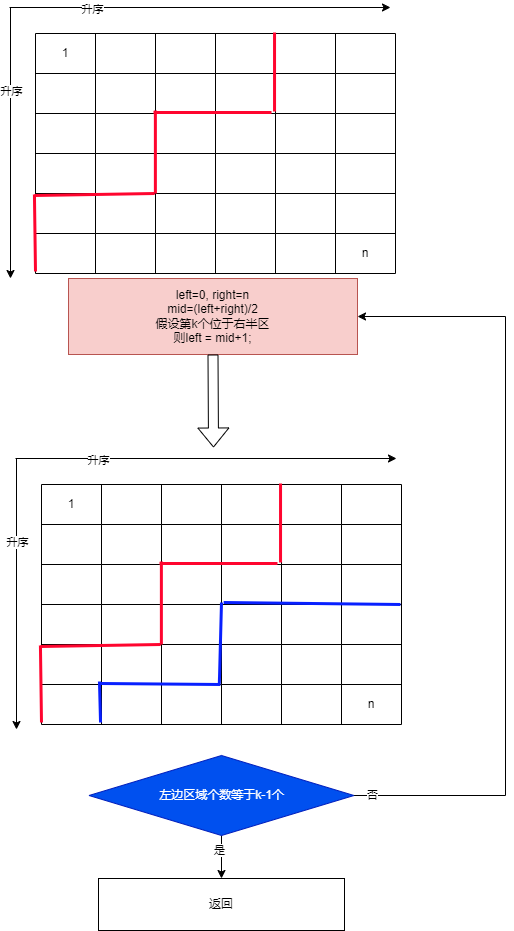
Before: CS/算法/n*n数组第k小.drawio.png, a diagram exported from draw.io (sirius-zyj/Images). Source tidied: cells renumbered, new cells last; positions are measured from the earlier drawing's top-left corner, leaving out a move shared by most shapes.
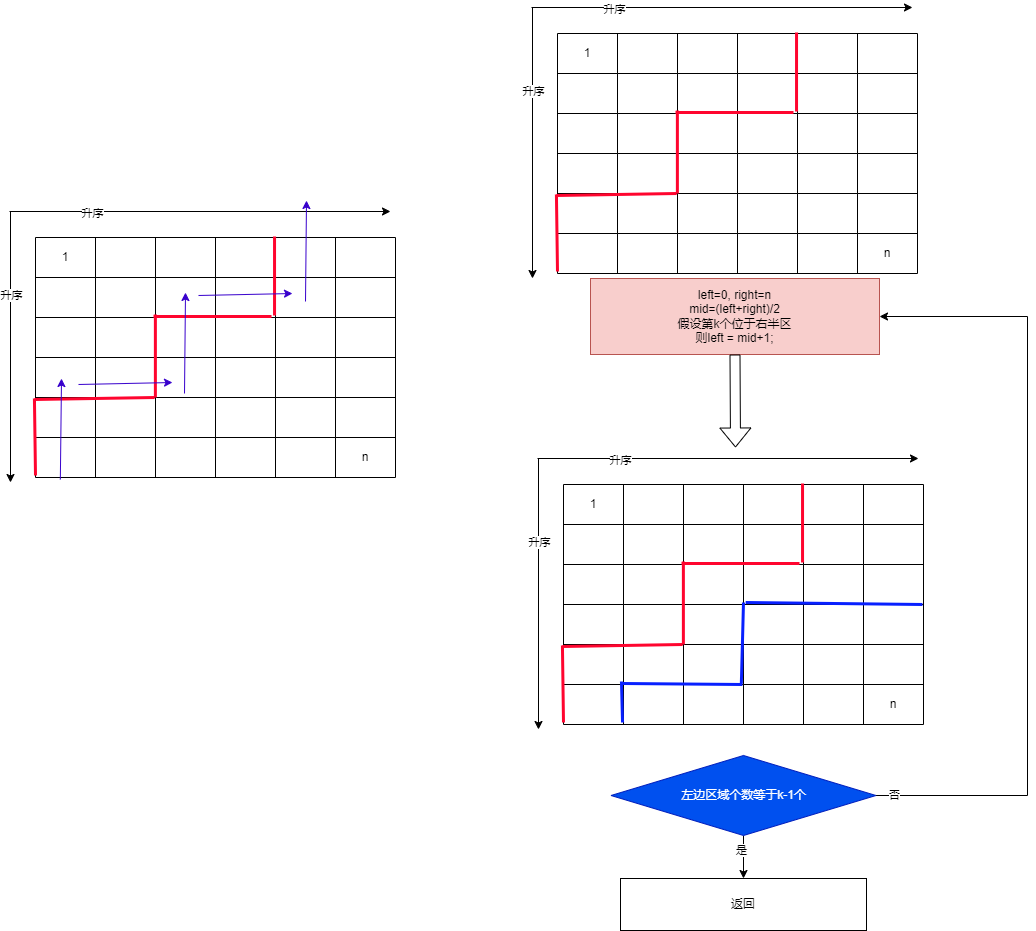
Above is the later version.

Commit message:
更新n*n数组第k小.drawio.png

Diff of the diagram source:
```diff
@@ -373,5 +373,198 @@
     <mxCell id="117" value="左边区域个数等于k-1个" style="rhombus;whiteSpace=wrap;html=1;fillColor=#0050ef;fontColor=#ffffff;strokeColor=#001DBC;" parent="1" vertex="1">
       <mxGeometry x="79.5" y="748" width="265" height="80" as="geometry" />
     </mxCell>
+    <mxCell id="118" style="shape=table;startSize=0;" parent="1" vertex="1">
+      <mxGeometry x="-496" y="230" width="360" height="240" as="geometry" />
+    </mxCell>
+    <mxCell id="119" style="shape=tableRow;horizontal=0;startSize=0;swimlaneHead=0;swimlaneBody=0;strokeColor=inherit;top=0;left=0;bottom=0;right=0;fillColor=none;points=[[0,0.5],[1,0.5]];portConstraint=eastwest;" parent="118" vertex="1">
+      <mxGeometry width="360" height="40" as="geometry" />
+    </mxCell>
+    <mxCell id="120" value="1" style="shape=partialRectangle;html=1;whiteSpace=wrap;strokeColor=inherit;overflow=hidden;fillColor=none;top=0;left=0;bottom=0;right=0;" parent="119" vertex="1">
+      <mxGeometry width="60" height="40" as="geometry" />
+    </mxCell>
+    <mxCell id="121" style="shape=partialRectangle;html=1;whiteSpace=wrap;strokeColor=inherit;overflow=hidden;fillColor=none;top=0;left=0;bottom=0;right=0;" parent="119" vertex="1">
+      <mxGeometry x="60" width="60" height="40" as="geometry" />
+    </mxCell>
+    <mxCell id="122" style="shape=partialRectangle;html=1;whiteSpace=wrap;strokeColor=inherit;overflow=hidden;fillColor=none;top=0;left=0;bottom=0;right=0;" parent="119" vertex="1">
+      <mxGeometry x="120" width="60" height="40" as="geometry" />
+    </mxCell>
+    <mxCell id="123" style="shape=partialRectangle;html=1;whiteSpace=wrap;strokeColor=inherit;overflow=hidden;fillColor=none;top=0;left=0;bottom=0;right=0;" parent="119" vertex="1">
+      <mxGeometry x="180" width="60" height="40" as="geometry" />
+    </mxCell>
+    <mxCell id="124" style="shape=partialRectangle;html=1;whiteSpace=wrap;strokeColor=inherit;overflow=hidden;fillColor=none;top=0;left=0;bottom=0;right=0;" parent="119" vertex="1">
+      <mxGeometry x="240" width="60" height="40" as="geometry" />
+    </mxCell>
+    <mxCell id="125" style="shape=partialRectangle;html=1;whiteSpace=wrap;strokeColor=inherit;overflow=hidden;fillColor=none;top=0;left=0;bottom=0;right=0;" parent="119" vertex="1">
+      <mxGeometry x="300" width="60" height="40" as="geometry" />
+    </mxCell>
+    <mxCell id="126" style="shape=tableRow;horizontal=0;startSize=0;swimlaneHead=0;swimlaneBody=0;strokeColor=inherit;top=0;left=0;bottom=0;right=0;fillColor=none;" parent="118" vertex="1">
+      <mxGeometry y="40" width="360" height="40" as="geometry" />
+    </mxCell>
+    <mxCell id="127" style="shape=partialRectangle;html=1;whiteSpace=wrap;strokeColor=inherit;overflow=hidden;fillColor=none;top=0;left=0;bottom=0;right=0;" parent="126" vertex="1">
+      <mxGeometry width="60" height="40" as="geometry" />
+    </mxCell>
+    <mxCell id="128" style="shape=partialRectangle;html=1;whiteSpace=wrap;strokeColor=inherit;overflow=hidden;fillColor=none;top=0;left=0;bottom=0;right=0;" parent="126" vertex="1">
+      <mxGeometry x="60" width="60" height="40" as="geometry" />
+    </mxCell>
+    <mxCell id="129" style="shape=partialRectangle;html=1;whiteSpace=wrap;strokeColor=inherit;overflow=hidden;fillColor=none;top=0;left=0;bottom=0;right=0;" parent="126" vertex="1">
+      <mxGeometry x="120" width="60" height="40" as="geometry" />
+    </mxCell>
+    <mxCell id="130" style="shape=partialRectangle;html=1;whiteSpace=wrap;strokeColor=inherit;overflow=hidden;fillColor=none;top=0;left=0;bottom=0;right=0;" parent="126" vertex="1">
+      <mxGeometry x="180" width="60" height="40" as="geometry" />
+    </mxCell>
+    <mxCell id="131" style="shape=partialRectangle;html=1;whiteSpace=wrap;strokeColor=inherit;overflow=hidden;fillColor=none;top=0;left=0;bottom=0;right=0;" parent="126" vertex="1">
+      <mxGeometry x="240" width="60" height="40" as="geometry" />
+    </mxCell>
+    <mxCell id="132" style="shape=partialRectangle;html=1;whiteSpace=wrap;strokeColor=inherit;overflow=hidden;fillColor=none;top=0;left=0;bottom=0;right=0;" parent="126" vertex="1">
+      <mxGeometry x="300" width="60" height="40" as="geometry" />
+    </mxCell>
+    <mxCell id="133" style="shape=tableRow;horizontal=0;startSize=0;swimlaneHead=0;swimlaneBody=0;strokeColor=inherit;top=0;left=0;bottom=0;right=0;fillColor=none;points=[[0,0.5],[1,0.5]];portConstraint=eastwest;" parent="118" vertex="1">
+      <mxGeometry y="80" width="360" height="40" as="geometry" />
+    </mxCell>
+    <mxCell id="134" style="shape=partialRectangle;html=1;whiteSpace=wrap;strokeColor=inherit;overflow=hidden;fillColor=none;top=0;left=0;bottom=0;right=0;" parent="133" vertex="1">
+      <mxGeometry width="60" height="40" as="geometry" />
+    </mxCell>
+    <mxCell id="135" style="shape=partialRectangle;html=1;whiteSpace=wrap;strokeColor=inherit;overflow=hidden;fillColor=none;top=0;left=0;bottom=0;right=0;" parent="133" vertex="1">
+      <mxGeometry x="60" width="60" height="40" as="geometry" />
+    </mxCell>
+    <mxCell id="136" style="shape=partialRectangle;html=1;whiteSpace=wrap;strokeColor=inherit;overflow=hidden;fillColor=none;top=0;left=0;bottom=0;right=0;" parent="133" vertex="1">
+      <mxGeometry x="120" width="60" height="40" as="geometry" />
+    </mxCell>
+    <mxCell id="137" style="shape=partialRectangle;html=1;whiteSpace=wrap;strokeColor=inherit;overflow=hidden;fillColor=none;top=0;left=0;bottom=0;right=0;" parent="133" vertex="1">
+      <mxGeometry x="180" width="60" height="40" as="geometry" />
+    </mxCell>
+    <mxCell id="138" style="shape=partialRectangle;html=1;whiteSpace=wrap;strokeColor=inherit;overflow=hidden;fillColor=none;top=0;left=0;bottom=0;right=0;" parent="133" vertex="1">
+      <mxGeometry x="240" width="60" height="40" as="geometry" />
+    </mxCell>
+    <mxCell id="139" style="shape=partialRectangle;html=1;whiteSpace=wrap;strokeColor=inherit;overflow=hidden;fillColor=none;top=0;left=0;bottom=0;right=0;" parent="133" vertex="1">
+      <mxGeometry x="300" width="60" height="40" as="geometry" />
+    </mxCell>
+    <mxCell id="140" style="shape=tableRow;horizontal=0;startSize=0;swimlaneHead=0;swimlaneBody=0;strokeColor=inherit;top=0;left=0;bottom=0;right=0;fillColor=none;points=[[0,0.5],[1,0.5]];portConstraint=eastwest;" parent="118" vertex="1">
+      <mxGeometry y="120" width="360" height="40" as="geometry" />
+    </mxCell>
+    <mxCell id="141" style="shape=partialRectangle;html=1;whiteSpace=wrap;strokeColor=inherit;overflow=hidden;fillColor=none;top=0;left=0;bottom=0;right=0;" parent="140" vertex="1">
+      <mxGeometry width="60" height="40" as="geometry" />
+    </mxCell>
+    <mxCell id="142" style="shape=partialRectangle;html=1;whiteSpace=wrap;strokeColor=inherit;overflow=hidden;fillColor=none;top=0;left=0;bottom=0;right=0;" parent="140" vertex="1">
+      <mxGeometry x="60" width="60" height="40" as="geometry" />
+    </mxCell>
+    <mxCell id="143" style="shape=partialRectangle;html=1;whiteSpace=wrap;strokeColor=inherit;overflow=hidden;fillColor=none;top=0;left=0;bottom=0;right=0;" parent="140" vertex="1">
+      <mxGeometry x="120" width="60" height="40" as="geometry" />
+    </mxCell>
+    <mxCell id="144" style="shape=partialRectangle;html=1;whiteSpace=wrap;strokeColor=inherit;overflow=hidden;fillColor=none;top=0;left=0;bottom=0;right=0;" parent="140" vertex="1">
+      <mxGeometry x="180" width="60" height="40" as="geometry" />
+    </mxCell>
+    <mxCell id="145" style="shape=partialRectangle;html=1;whiteSpace=wrap;strokeColor=inherit;overflow=hidden;fillColor=none;top=0;left=0;bottom=0;right=0;" parent="140" vertex="1">
+      <mxGeometry x="240" width="60" height="40" as="geometry" />
+    </mxCell>
+    <mxCell id="146" style="shape=partialRectangle;html=1;whiteSpace=wrap;strokeColor=inherit;overflow=hidden;fillColor=none;top=0;left=0;bottom=0;right=0;" parent="140" vertex="1">
+      <mxGeometry x="300" width="60" height="40" as="geometry" />
+    </mxCell>
+    <mxCell id="147" style="shape=tableRow;horizontal=0;startSize=0;swimlaneHead=0;swimlaneBody=0;strokeColor=inherit;top=0;left=0;bottom=0;right=0;fillColor=none;points=[[0,0.5],[1,0.5]];portConstraint=eastwest;" parent="118" vertex="1">
+      <mxGeometry y="160" width="360" height="40" as="geometry" />
+    </mxCell>
+    <mxCell id="148" style="shape=partialRectangle;html=1;whiteSpace=wrap;strokeColor=inherit;overflow=hidden;fillColor=none;top=0;left=0;bottom=0;right=0;" parent="147" vertex="1">
+      <mxGeometry width="60" height="40" as="geometry" />
+    </mxCell>
+    <mxCell id="149" style="shape=partialRectangle;html=1;whiteSpace=wrap;strokeColor=inherit;overflow=hidden;fillColor=none;top=0;left=0;bottom=0;right=0;" parent="147" vertex="1">
+      <mxGeometry x="60" width="60" height="40" as="geometry" />
+    </mxCell>
+    <mxCell id="150" style="shape=partialRectangle;html=1;whiteSpace=wrap;strokeColor=inherit;overflow=hidden;fillColor=none;top=0;left=0;bottom=0;right=0;" parent="147" vertex="1">
+      <mxGeometry x="120" width="60" height="40" as="geometry" />
+    </mxCell>
+    <mxCell id="151" style="shape=partialRectangle;html=1;whiteSpace=wrap;strokeColor=inherit;overflow=hidden;fillColor=none;top=0;left=0;bottom=0;right=0;" parent="147" vertex="1">
+      <mxGeometry x="180" width="60" height="40" as="geometry" />
+    </mxCell>
+    <mxCell id="152" style="shape=partialRectangle;html=1;whiteSpace=wrap;strokeColor=inherit;overflow=hidden;fillColor=none;top=0;left=0;bottom=0;right=0;" parent="147" vertex="1">
+      <mxGeometry x="240" width="60" height="40" as="geometry" />
+    </mxCell>
+    <mxCell id="153" style="shape=partialRectangle;html=1;whiteSpace=wrap;strokeColor=inherit;overflow=hidden;fillColor=none;top=0;left=0;bottom=0;right=0;" parent="147" vertex="1">
+      <mxGeometry x="300" width="60" height="40" as="geometry" />
+    </mxCell>
+    <mxCell id="154" style="shape=tableRow;horizontal=0;startSize=0;swimlaneHead=0;swimlaneBody=0;strokeColor=inherit;top=0;left=0;bottom=0;right=0;fillColor=none;points=[[0,0.5],[1,0.5]];portConstraint=eastwest;" parent="118" vertex="1">
+      <mxGeometry y="200" width="360" height="40" as="geometry" />
+    </mxCell>
+    <mxCell id="155" style="shape=partialRectangle;html=1;whiteSpace=wrap;strokeColor=inherit;overflow=hidden;fillColor=none;top=0;left=0;bottom=0;right=0;" parent="154" vertex="1">
+      <mxGeometry width="60" height="40" as="geometry" />
+    </mxCell>
+    <mxCell id="156" style="shape=partialRectangle;html=1;whiteSpace=wrap;strokeColor=inherit;overflow=hidden;fillColor=none;top=0;left=0;bottom=0;right=0;" parent="154" vertex="1">
+      <mxGeometry x="60" width="60" height="40" as="geometry" />
+    </mxCell>
+    <mxCell id="157" style="shape=partialRectangle;html=1;whiteSpace=wrap;strokeColor=inherit;overflow=hidden;fillColor=none;top=0;left=0;bottom=0;right=0;" parent="154" vertex="1">
+      <mxGeometry x="120" width="60" height="40" as="geometry" />
+    </mxCell>
+    <mxCell id="158" style="shape=partialRectangle;html=1;whiteSpace=wrap;strokeColor=inherit;overflow=hidden;fillColor=none;top=0;left=0;bottom=0;right=0;" parent="154" vertex="1">
+      <mxGeometry x="180" width="60" height="40" as="geometry" />
+    </mxCell>
+    <mxCell id="159" style="shape=partialRectangle;html=1;whiteSpace=wrap;strokeColor=inherit;overflow=hidden;fillColor=none;top=0;left=0;bottom=0;right=0;" parent="154" vertex="1">
+      <mxGeometry x="240" width="60" height="40" as="geometry" />
+    </mxCell>
+    <mxCell id="160" value="n" style="shape=partialRectangle;html=1;whiteSpace=wrap;strokeColor=inherit;overflow=hidden;fillColor=none;top=0;left=0;bottom=0;right=0;" parent="154" vertex="1">
+      <mxGeometry x="300" width="60" height="40" as="geometry" />
+    </mxCell>
+    <mxCell id="161" style="endArrow=none;html=1;rounded=0;exitX=0;exitY=0.95;exitDx=0;exitDy=0;exitPerimeter=0;entryX=-0.003;entryY=1.025;entryDx=0;entryDy=0;entryPerimeter=0;strokeWidth=3;strokeColor=#FF052F;" parent="118" edge="1" source="154" target="140">
+      <mxGeometry relative="1" as="geometry" />
+    </mxCell>
+    <mxCell id="162" style="endArrow=none;html=1;rounded=0;exitX=0.331;exitY=0;exitDx=0;exitDy=0;exitPerimeter=0;entryX=-0.003;entryY=0.05;entryDx=0;entryDy=0;entryPerimeter=0;strokeWidth=3;strokeColor=#FF052F;" parent="118" edge="1" source="147" target="147">
+      <mxGeometry relative="1" as="geometry" />
+    </mxCell>
+    <mxCell id="163" style="endArrow=none;html=1;rounded=0;exitX=0.333;exitY=-0.075;exitDx=0;exitDy=0;exitPerimeter=0;entryX=0.333;entryY=0;entryDx=0;entryDy=0;entryPerimeter=0;strokeWidth=3;strokeColor=#FF052F;" parent="118" edge="1" source="133" target="147">
+      <mxGeometry relative="1" as="geometry" />
+    </mxCell>
+    <mxCell id="164" style="endArrow=none;html=1;rounded=0;exitX=0.328;exitY=-0.025;exitDx=0;exitDy=0;exitPerimeter=0;strokeWidth=3;strokeColor=#FF052F;" parent="118" edge="1" source="133">
+      <mxGeometry relative="1" as="geometry">
+        <mxPoint x="236" y="79" as="targetPoint" />
+      </mxGeometry>
+    </mxCell>
+    <mxCell id="165" style="endArrow=none;html=1;rounded=0;entryX=0.664;entryY=-0.025;entryDx=0;entryDy=0;entryPerimeter=0;strokeWidth=3;strokeColor=#FF052F;exitX=0.664;exitY=-0.05;exitDx=0;exitDy=0;exitPerimeter=0;" parent="118" edge="1" source="133" target="119">
+      <mxGeometry relative="1" as="geometry" />
+    </mxCell>
+    <mxCell id="166" style="endArrow=classic;html=1;rounded=0;exitX=0.069;exitY=1.05;exitDx=0;exitDy=0;exitPerimeter=0;fillColor=#6a00ff;strokeColor=#3700CC;" parent="118" edge="1" source="154">
+      <mxGeometry relative="1" as="geometry">
+        <mxPoint x="26" y="141" as="targetPoint" />
+      </mxGeometry>
+    </mxCell>
+    <mxCell id="167" style="endArrow=classic;html=1;rounded=0;" parent="1" edge="1">
+      <mxGeometry relative="1" as="geometry">
+        <mxPoint x="-522" y="204" as="sourcePoint" />
+        <mxPoint x="-141" y="204" as="targetPoint" />
+      </mxGeometry>
+    </mxCell>
+    <mxCell id="168" value="升序" style="edgeLabel;html=1;align=center;verticalAlign=middle;" parent="167" vertex="1">
+      <mxGeometry x="-0.57" y="-1" relative="1" as="geometry" />
+    </mxCell>
+    <mxCell id="169" style="endArrow=classic;html=1;rounded=0;" parent="1" edge="1">
+      <mxGeometry relative="1" as="geometry">
+        <mxPoint x="-521" y="204" as="sourcePoint" />
+        <mxPoint x="-521" y="475" as="targetPoint" />
+      </mxGeometry>
+    </mxCell>
+    <mxCell id="170" value="升序" style="edgeLabel;html=1;align=center;verticalAlign=middle;" parent="169" vertex="1">
+      <mxGeometry x="-0.39" relative="1" as="geometry" />
+    </mxCell>
+    <mxCell id="171" style="endArrow=classic;html=1;rounded=0;fillColor=#6a00ff;strokeColor=#3700CC;" parent="1" edge="1">
+      <mxGeometry relative="1" as="geometry">
+        <mxPoint x="-453" y="377" as="sourcePoint" />
+        <mxPoint x="-359" y="375" as="targetPoint" />
+      </mxGeometry>
+    </mxCell>
+    <mxCell id="172" style="endArrow=classic;html=1;rounded=0;exitX=0.069;exitY=1.05;exitDx=0;exitDy=0;exitPerimeter=0;fillColor=#6a00ff;strokeColor=#3700CC;" parent="1" edge="1">
+      <mxGeometry relative="1" as="geometry">
+        <mxPoint x="-347" y="386" as="sourcePoint" />
+        <mxPoint x="-346" y="285" as="targetPoint" />
+      </mxGeometry>
+    </mxCell>
+    <mxCell id="173" style="endArrow=classic;html=1;rounded=0;fillColor=#6a00ff;strokeColor=#3700CC;" parent="1" edge="1">
+      <mxGeometry relative="1" as="geometry">
+        <mxPoint x="-333" y="288" as="sourcePoint" />
+        <mxPoint x="-239" y="286" as="targetPoint" />
+      </mxGeometry>
+    </mxCell>
+    <mxCell id="174" style="endArrow=classic;html=1;rounded=0;exitX=0.069;exitY=1.05;exitDx=0;exitDy=0;exitPerimeter=0;fillColor=#6a00ff;strokeColor=#3700CC;" parent="1" edge="1">
+      <mxGeometry relative="1" as="geometry">
+        <mxPoint x="-226" y="294" as="sourcePoint" />
+        <mxPoint x="-225" y="193" as="targetPoint" />
+      </mxGeometry>
+    </mxCell>
   </root>
 </mxGraphModel>
```
